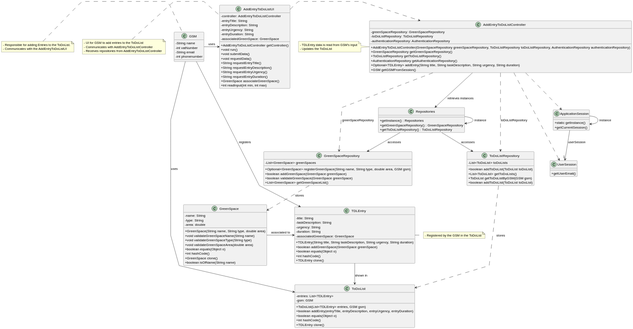
Before: docs/sprint3/us021/03.design/svg/us021-class-diagram.svg, a diagram exported from PlantUML (tiagosoa/lei-24-s2-1dgh-g073). Source of this version:
```plantuml
@startuml
skinparam packageStyle rectangle
skinparam shadowing false
skinparam linetype polyline

skinparam classAttributeIconSize 0


class ApplicationSession
{
    + static getInstance()
    + getCurrentSession()
}

class UserSession
{
    + getUserEmail()
}

class GreenSpace {
    - name: String
    - type: String
    - area: double
    + GreenSpace(String name, String type, double area)
    + void validateGreenSpaceName(String name)
    + void validateGreenSpaceType(String type)
    + void validateGreenSpaceArea(double area)
    + boolean equals(Object o)
    + int hashCode()
    + GreenSpace clone()
    + boolean isOfName(String name)
}

class TDLEntry {
    - title: String
    - taskDescription: String
    - urgency: String
    - duration: String
    - associatedGreenSpace: GreenSpace
    + TDLEntry(String title, String taskDescription, String urgency, String duration)
    + boolean addGreenSpace(GreenSpace greenSpace)
    + boolean equals(Object o)
    + int hashCode()
    + TDLEntry clone()
}

class ToDoList {
    - entries: List<TDLEntry>
    - gsm: GSM
    + ToDoList(List<TDLEntry> entries, GSM gsm)
    + boolean addEntry(entryTitle, entryDescription, entryUrgency, entryDuration)
    + boolean equals(Object o)
    + int hashCode()
    + TDLEntry clone()
}

class GreenSpaceRepository {
  - List<GreenSpace> greenSpaces
  + Optional<GreenSpace> registerGreenSpace(String name, String type, double area, GSM gsm)
  + boolean addGreenSpace(GreenSpace greenSpace)
  + boolean validateGreenSpace(GreenSpace greenSpace)
  + List<GreenSpace> getGreenSpaceList()
}

class ToDoListRepository {
  - List<ToDoList> toDoLists
  + boolean addToDoList(ToDoList toDoList)
  + List<ToDoList> getToDoLists()
  + ToDoList getToDoListByGSM(GSM gsm)
  + boolean addToDoList(ToDoList toDoList)
}

class Repositories {
  + getInstance() : Repositories
  + getGreenSpaceRepository() : GreenSpaceRepository
  + getToDoListRepository() : ToDoListRepository
}

class AddEntryToDoListUI {
  - controller: AddEntryToDoListController
  - entryTitle: String
  - entryDescription: String
  - entryUrgency: String
  - entryDuration: String
  - associatedGreenSpace: GreenSpace
  + AddEntryToDoListController getController()
  + void run()
  + void submitData()
  + void requestData()
  + String requestEntryTitle()
  + String requestEntryDescription()
  + String requestEntryUrgency()
  + String requestEntryDuration()
  + GreenSpace associateGreenSpace()
  + int readInput(int min, int max)
}

class AddEntryToDoListController {
  - greenSpaceRepository: GreenSpaceRepository
  - toDoListRepository: ToDoListRepository
  - authenticationRepository: AuthenticationRepository
  + AddEntryToDoListController(GreenSpaceRepository greenSpaceRepository, ToDoListRepository toDoListRepository, AuthenticationRepository authenticationRepository)
  + GreenSpaceRepository getGreenSpaceRepository()
  + ToDoListRepository getToDoListRepository()
  + AuthenticationRepository getAuthenticationRepository()
  + Optional<TDLEntry> addEntry(String title, String taskDescription, String urgency, String duration)
  + GSM getGSMFromSession()
}

class GSM {
   - String name
   - int vatNumber
   - String email
   - int phonenumber
}

note left of AddEntryToDoListController
  - TDLEntry data is read from GSM's input
  - Updates the ToDoList
end note

note left of GSM
 - Responsible for adding Entries to the ToDoList.
 - Communicates with the AddEntryToDoListUI
end note

note left of AddEntryToDoListUI
  - UI for GSM to add entries to the ToDoList
  - Communicates with AddEntryToDoListController
  - Receives repositories from AddEntryToDoListController
end note

note right of TDLEntry
 - Registered by the GSM in the ToDoList
end note

GSM --> TDLEntry: registers
GSM -> ToDoList: uses
TDLEntry --> ToDoList: shown in
GSM -> AddEntryToDoListUI: uses
GreenSpace -> TDLEntry: associated to

Repositories -> Repositories : instance
ApplicationSession -> ApplicationSession : instance

AddEntryToDoListUI .> AddEntryToDoListController

AddEntryToDoListController -down-> Repositories : retrieves instances

Repositories -down-> GreenSpaceRepository : accesses
Repositories -down-> ToDoListRepository : accesses

AddEntryToDoListController ..> GreenSpaceRepository : greenSpaceRepository

AddEntryToDoListController ..> ToDoListRepository : toDoListRepository

ApplicationSession --> "1" UserSession : userSession

AddEntryToDoListController ..> ApplicationSession
AddEntryToDoListController ..> UserSession

GreenSpaceRepository ..> GreenSpace: stores
ToDoListRepository ..> ToDoList: stores
@enduml
```
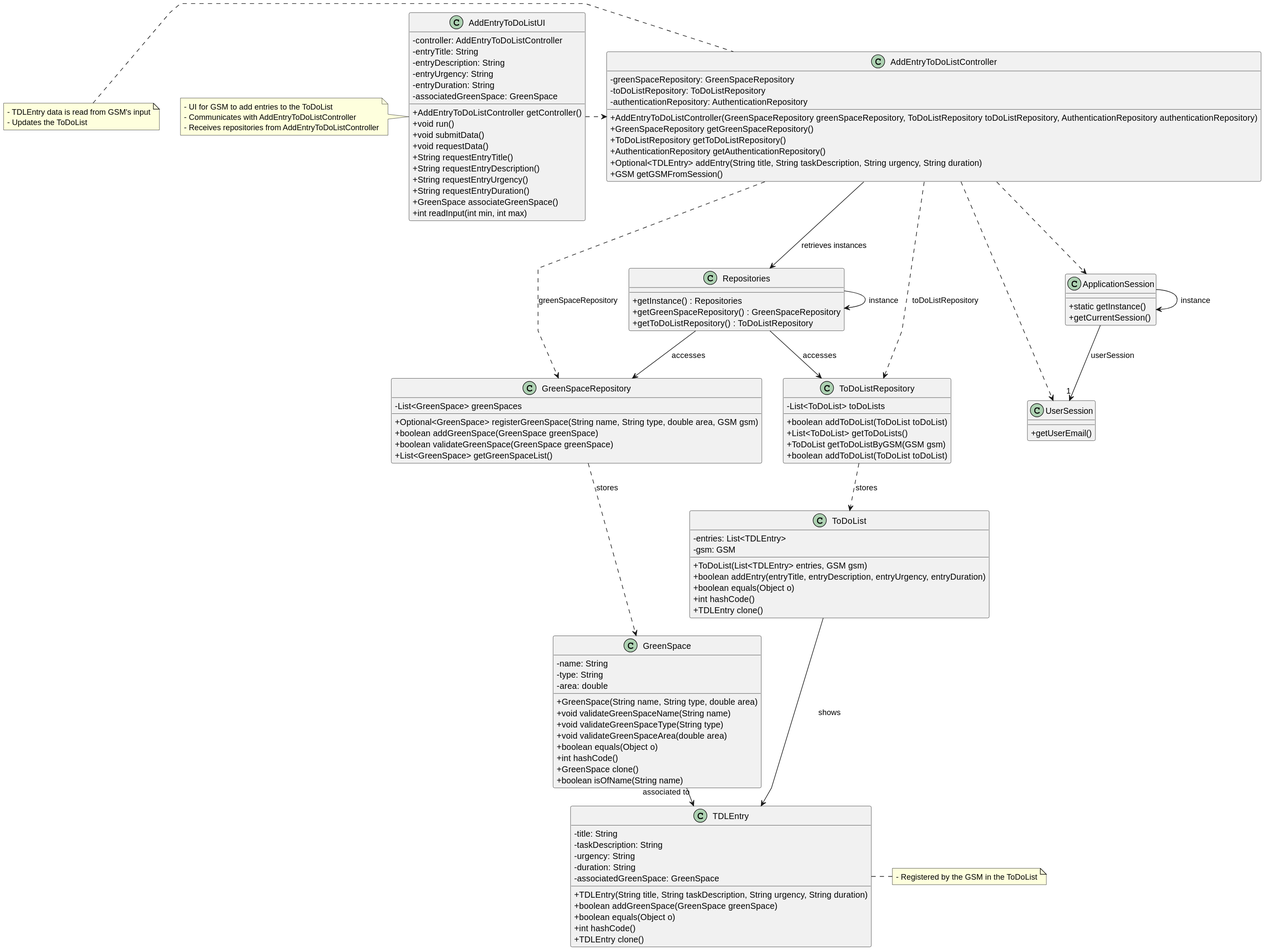
After the change.

The edit, as a diff of the source:
```diff
@@ -107,21 +107,9 @@
   + GSM getGSMFromSession()
 }
 
-class GSM {
-   - String name
-   - int vatNumber
-   - String email
-   - int phonenumber
-}
-
 note left of AddEntryToDoListController
   - TDLEntry data is read from GSM's input
   - Updates the ToDoList
-end note
-
-note left of GSM
- - Responsible for adding Entries to the ToDoList.
- - Communicates with the AddEntryToDoListUI
 end note
 
 note left of AddEntryToDoListUI
@@ -134,10 +122,7 @@
  - Registered by the GSM in the ToDoList
 end note
 
-GSM --> TDLEntry: registers
-GSM -> ToDoList: uses
-TDLEntry --> ToDoList: shown in
-GSM -> AddEntryToDoListUI: uses
+ToDoList --> TDLEntry: shows
 GreenSpace -> TDLEntry: associated to
 
 Repositories -> Repositories : instance
```
